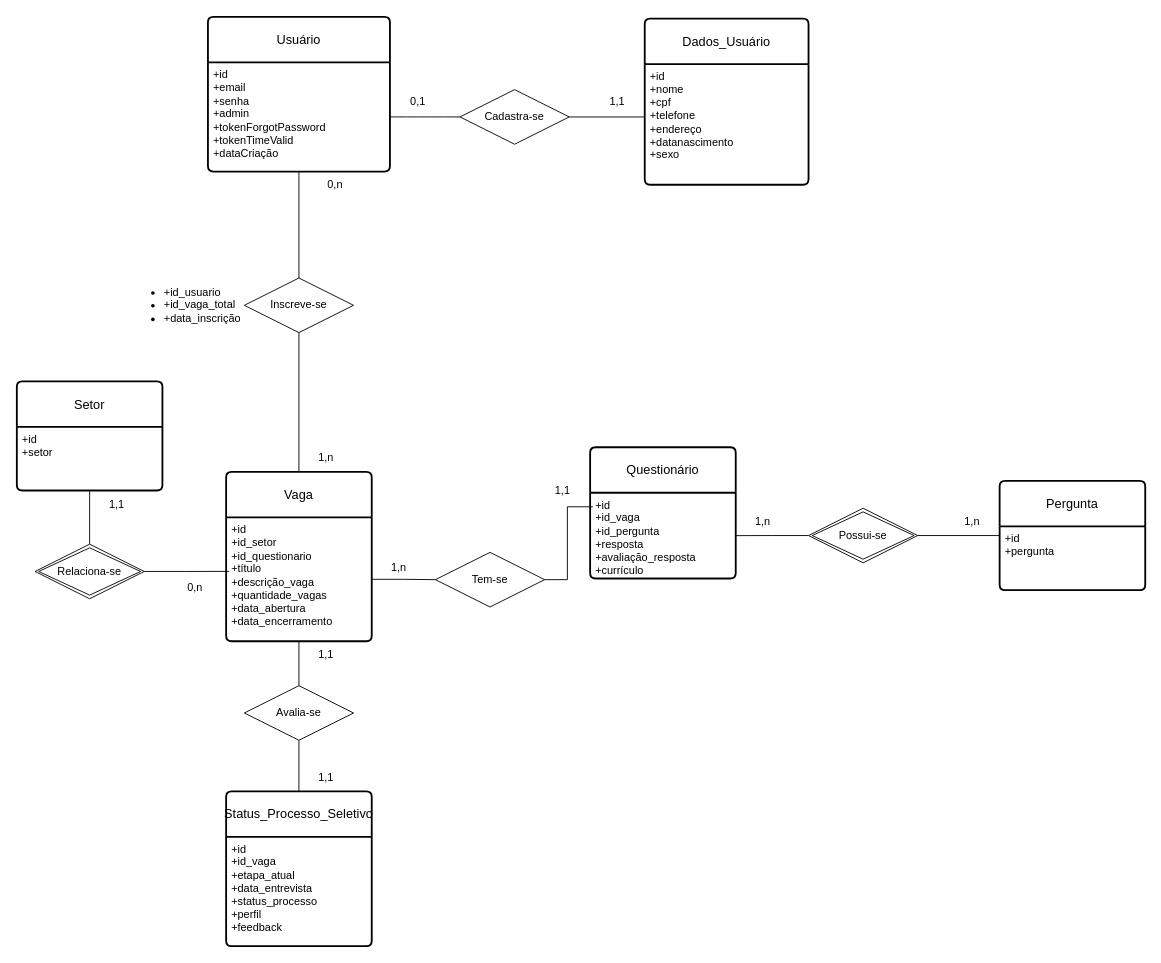
The draw.io diagram Diagrama Modelo Relacional.drawio in ExtraProjects860/Project-Selection-Process-Control, before the edit. Source tidied: cells renumbered, new cells numbered last; positions are measured from the earlier drawing's top-left corner, leaving out a move shared by most shapes. Both pictures are drawn from the tidied source at 91%, with x=0, y=0 at pixel (16, 16).
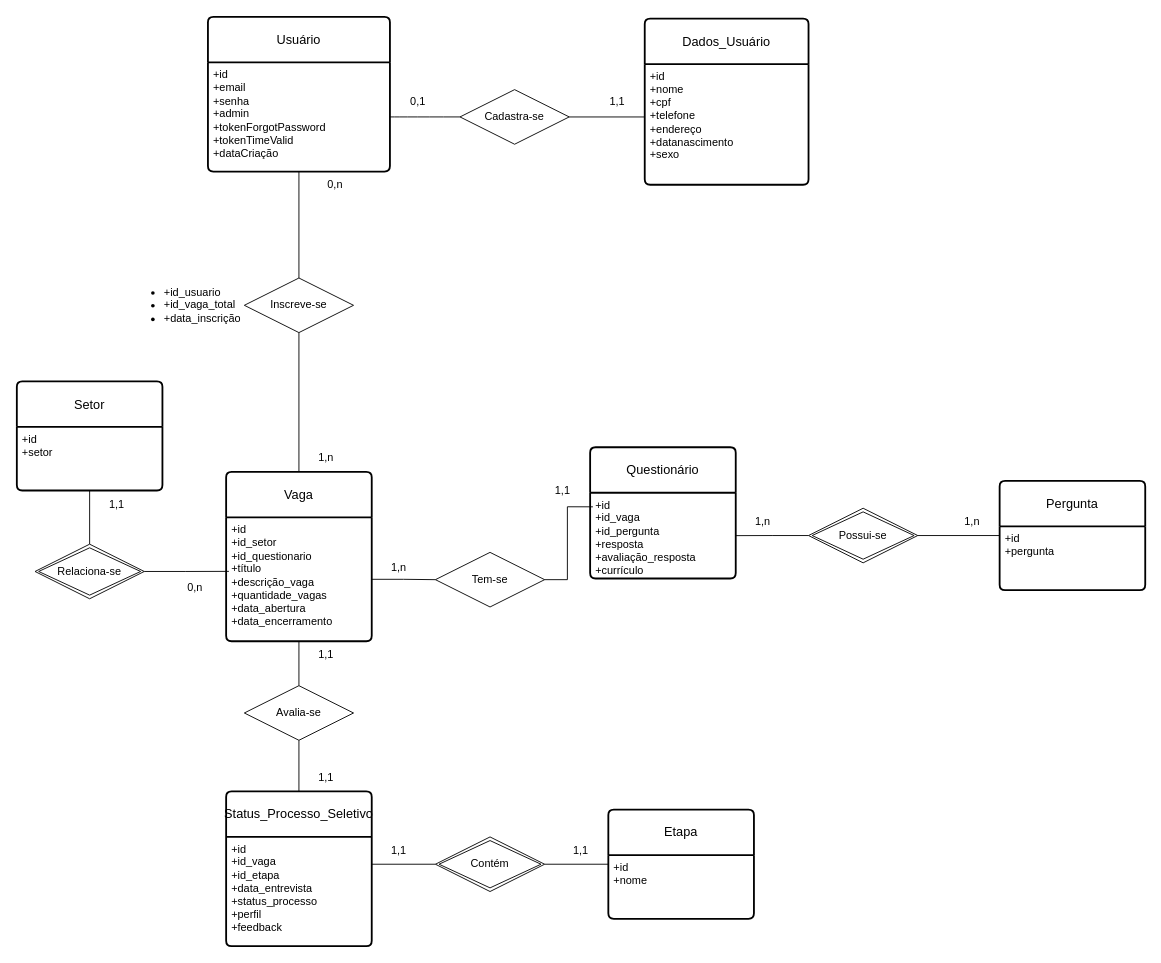
The same page after the edit.

Unchanged cells that the change refers to:
```xml
<mxCell id="8" value="Status_Processo_Seletivo" style="swimlane;horizontal=1;startSize=50;rounded=1;fontSize=14;fontStyle=0;strokeWidth=2;shadow=0;dashed=0;align=center;arcSize=4;whiteSpace=wrap;html=1;" parent="1" vertex="1">
  <mxGeometry x="230" y="851.2" width="160" height="170" as="geometry" />
</mxCell>
```

Diff of the diagram source:
```diff
@@
-    <mxCell id="9" value="+id&lt;div&gt;+id_vaga&lt;/div&gt;&lt;div&gt;+etapa_atual&lt;/div&gt;&lt;div&gt;&lt;span style=&quot;background-color: initial;&quot;&gt;+data_entrevista&lt;/span&gt;&lt;/div&gt;&lt;div&gt;&lt;span style=&quot;background-color: initial;&quot;&gt;+status_processo&lt;/span&gt;&lt;/div&gt;&lt;div&gt;+perfil&lt;/div&gt;&lt;div&gt;+feedback&lt;/div&gt;" style="align=left;strokeColor=none;fillColor=none;spacingLeft=4;fontSize=12;verticalAlign=top;html=1;" parent="8" vertex="1">
+    <mxCell id="9" value="+id&lt;div&gt;+id_vaga&lt;/div&gt;&lt;div&gt;+id_etapa&lt;/div&gt;&lt;div&gt;&lt;span style=&quot;background-color: initial;&quot;&gt;+data_entrevista&lt;/span&gt;&lt;/div&gt;&lt;div&gt;&lt;span style=&quot;background-color: initial;&quot;&gt;+status_processo&lt;/span&gt;&lt;/div&gt;&lt;div&gt;+perfil&lt;/div&gt;&lt;div&gt;+feedback&lt;/div&gt;" style="align=left;strokeColor=none;fillColor=none;spacingLeft=4;fontSize=12;verticalAlign=top;html=1;" parent="8" vertex="1">
       <mxGeometry y="50" width="160" height="120" as="geometry" />
     </mxCell>
@@
+    <mxCell id="47" style="edgeStyle=orthogonalEdgeStyle;rounded=0;jettySize=auto;html=1;entryX=1;entryY=0.25;entryDx=0;entryDy=0;endArrow=none;endFill=0;" parent="1" edge="1" source="51" target="9">
+      <mxGeometry relative="1" as="geometry" />
+    </mxCell>
+    <mxCell id="48" style="edgeStyle=orthogonalEdgeStyle;rounded=0;jettySize=auto;html=1;entryX=1;entryY=0.5;entryDx=0;entryDy=0;endArrow=none;endFill=0;" parent="1" edge="1" source="49" target="51">
+      <mxGeometry relative="1" as="geometry" />
+    </mxCell>
+    <mxCell id="49" value="Etapa" style="swimlane;horizontal=1;startSize=50;rounded=1;fontSize=14;fontStyle=0;strokeWidth=2;shadow=0;dashed=0;align=center;arcSize=4;whiteSpace=wrap;html=1;" parent="1" vertex="1">
+      <mxGeometry x="650" y="871.2" width="160" height="120" as="geometry" />
+    </mxCell>
+    <mxCell id="50" value="+id&lt;br&gt;+nome&lt;div&gt;&lt;br&gt;&lt;/div&gt;" style="align=left;strokeColor=none;fillColor=none;spacingLeft=4;fontSize=12;verticalAlign=top;html=1;" parent="49" vertex="1">
+      <mxGeometry y="50" width="160" height="70" as="geometry" />
+    </mxCell>
+    <mxCell id="51" value="Contém" style="shape=rhombus;double=1;perimeter=rhombusPerimeter;whiteSpace=wrap;html=1;align=center;" parent="1" vertex="1">
+      <mxGeometry x="460" y="901.2" width="120" height="60" as="geometry" />
+    </mxCell>
+    <mxCell id="52" value="1,1" style="text;html=1;align=center;verticalAlign=middle;whiteSpace=wrap;rounded=0;" parent="1" vertex="1">
+      <mxGeometry x="390" y="901.2" width="60" height="30" as="geometry" />
+    </mxCell>
+    <mxCell id="53" value="1,1" style="text;html=1;align=center;verticalAlign=middle;whiteSpace=wrap;rounded=0;" parent="1" vertex="1">
+      <mxGeometry x="590" y="901.2" width="60" height="30" as="geometry" />
+    </mxCell>
```
